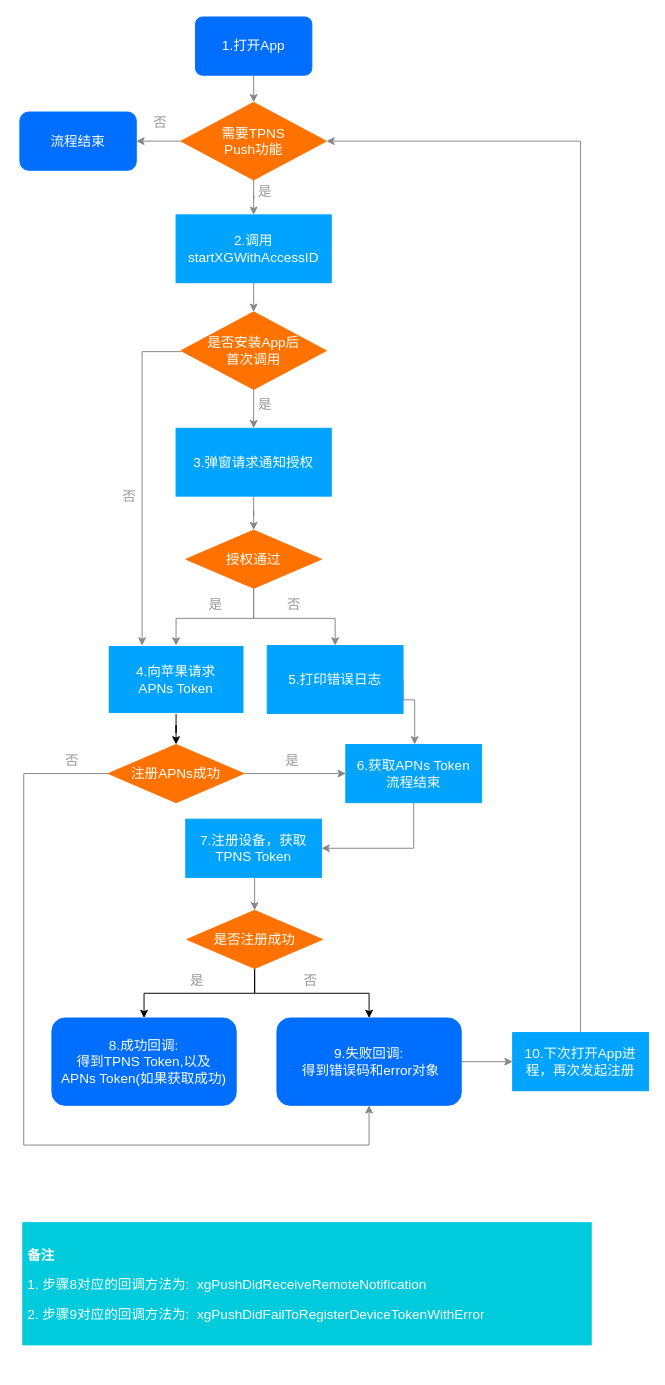
Before: register.drawio in muyanbiao/tpnsFlowChart, a draw.io diagram. Source tidied: cells renumbered, new cells numbered last; positions are measured from the earlier drawing's top-left corner, leaving out a move shared by most shapes. Both pictures are drawn from the tidied source at 97%, with x=0, y=0 at pixel (19, 16).
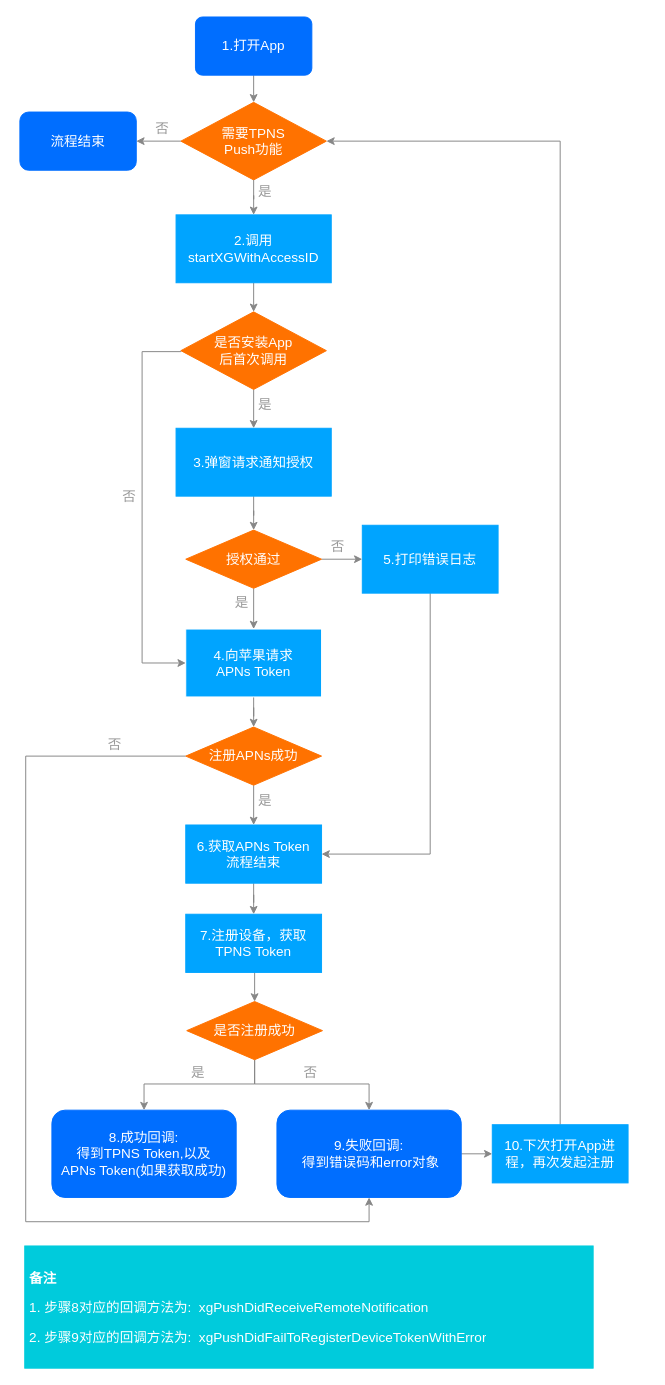
Above is the later version.

Unchanged cells that the change refers to:
```xml
<mxCell id="8" value="需要TPNS&lt;br&gt;Push功能" style="rhombus;whiteSpace=wrap;html=1;fontColor=#FFFFFF;fillColor=#FF7200;strokeColor=#FF7200;fontSize=14;" parent="1" vertex="1">
  <mxGeometry x="166" y="88" width="150" height="80" as="geometry" />
</mxCell>
<mxCell id="18" value="授权通过" style="rhombus;whiteSpace=wrap;html=1;fillColor=#FF7200;strokeColor=#FF7200;fontColor=#FFFFFF;fontSize=14;" parent="1" vertex="1">
  <mxGeometry x="171" y="529" width="140" height="60" as="geometry" />
</mxCell>
```

The edit, as a diff of the source:
```diff
@@
-    <mxCell id="11" style="edgeStyle=orthogonalEdgeStyle;rounded=0;jettySize=auto;html=1;exitX=0;exitY=0.5;exitDx=0;exitDy=0;entryX=0.25;entryY=0;entryDx=0;entryDy=0;strokeColor=#878787;" parent="1" edge="1" source="12" target="20">
+    <mxCell id="11" style="edgeStyle=orthogonalEdgeStyle;rounded=0;jettySize=auto;html=1;exitX=0;exitY=0.5;exitDx=0;exitDy=0;entryX=0;entryY=0.5;entryDx=0;entryDy=0;strokeColor=#878787;" parent="1" edge="1" source="12" target="20">
       <mxGeometry relative="1" as="geometry">
         <Array as="points">
+          <mxPoint x="166" y="345" />
           <mxPoint x="126" y="345" />
+          <mxPoint x="126" y="666" />
         </Array>
       </mxGeometry>
     </mxCell>
-    <mxCell id="12" value="是否安装App后&lt;br&gt;首次调用" style="rhombus;whiteSpace=wrap;html=1;fillColor=#FF7200;strokeColor=#FF7200;fontColor=#FFFFFF;fontSize=14;" parent="1" vertex="1">
+    <mxCell id="12" value="是否安装App&lt;br&gt;后首次调用" style="rhombus;whiteSpace=wrap;html=1;fillColor=#FF7200;strokeColor=#FF7200;fontColor=#FFFFFF;fontSize=14;" parent="1" vertex="1">
       <mxGeometry x="166" y="304" width="150" height="80" as="geometry" />
     </mxCell>
@@
+    <mxCell id="17" style="edgeStyle=orthogonalEdgeStyle;rounded=0;jettySize=auto;html=1;fontSize=14;strokeColor=#878787;" parent="1" edge="1" source="18" target="25">
+      <mxGeometry relative="1" as="geometry" />
+    </mxCell>
-    <mxCell id="16" style="edgeStyle=orthogonalEdgeStyle;rounded=0;jettySize=auto;html=1;exitX=0.5;exitY=1;exitDx=0;exitDy=0;entryX=0.5;entryY=0;entryDx=0;entryDy=0;strokeColor=#878787;" parent="1" edge="1" source="18" target="20">
-      <mxGeometry relative="1" as="geometry">
-        <Array as="points">
-          <mxPoint x="241" y="620" />
-          <mxPoint x="161" y="620" />
-        </Array>
-      </mxGeometry>
+    <mxCell id="16" style="edgeStyle=orthogonalEdgeStyle;rounded=0;jettySize=auto;html=1;entryX=0.5;entryY=0;entryDx=0;entryDy=0;fontSize=14;strokeColor=#878787;" parent="1" edge="1" source="18" target="20">
+      <mxGeometry relative="1" as="geometry" />
     </mxCell>
-    <mxCell id="17" style="edgeStyle=orthogonalEdgeStyle;rounded=0;jettySize=auto;html=1;exitX=0.5;exitY=1;exitDx=0;exitDy=0;entryX=0.5;entryY=0;entryDx=0;entryDy=0;strokeColor=#878787;" parent="1" edge="1" source="18" target="25">
-      <mxGeometry relative="1" as="geometry">
-        <Array as="points">
-          <mxPoint x="241" y="620" />
-          <mxPoint x="325" y="620" />
-        </Array>
-      </mxGeometry>
-    </mxCell>
@@
-    <mxCell id="19" style="edgeStyle=orthogonalEdgeStyle;rounded=0;jettySize=auto;html=1;entryX=0.5;entryY=0;entryDx=0;entryDy=0;fontSize=14;" parent="1" edge="1" source="20" target="42">
+    <mxCell id="19" style="edgeStyle=orthogonalEdgeStyle;rounded=0;jettySize=auto;html=1;entryX=0.5;entryY=0;entryDx=0;entryDy=0;fontSize=14;strokeColor=#878787;" parent="1" edge="1" source="20" target="42">
       <mxGeometry relative="1" as="geometry" />
     </mxCell>
     <mxCell id="20" value="4.向苹果请求&lt;br&gt;APNs Token" style="rounded=0;whiteSpace=wrap;html=1;fillColor=#00A4FF;strokeColor=#FFFFFF;fontColor=#FFFFFF;fontSize=14;" parent="1" vertex="1">
-      <mxGeometry x="91" y="648" width="140" height="70" as="geometry" />
+      <mxGeometry x="171" y="631" width="140" height="70" as="geometry" />
     </mxCell>
@@
     <mxCell id="22" value="7.注册设备，获取&lt;br&gt;TPNS Token" style="rounded=0;whiteSpace=wrap;html=1;fillColor=#00A4FF;strokeColor=#00A4FF;fontColor=#FFFFFF;fontSize=14;" parent="1" vertex="1">
-      <mxGeometry x="171" y="827" width="140" height="60" as="geometry" />
+      <mxGeometry x="171" y="925" width="140" height="60" as="geometry" />
     </mxCell>
     <mxCell id="23" value="是" style="text;html=1;strokeColor=none;fillColor=none;align=center;verticalAlign=middle;whiteSpace=wrap;rounded=0;fontColor=#999999;fontSize=14;" parent="1" vertex="1">
-      <mxGeometry x="190" y="594" width="24" height="24" as="geometry" />
+      <mxGeometry x="217" y="592" width="24" height="24" as="geometry" />
     </mxCell>
-    <mxCell id="24" style="edgeStyle=orthogonalEdgeStyle;rounded=0;jettySize=auto;html=1;exitX=1;exitY=0.5;exitDx=0;exitDy=0;strokeColor=#878787;" parent="1" edge="1" source="25" target="46">
+    <mxCell id="24" style="edgeStyle=orthogonalEdgeStyle;rounded=0;jettySize=auto;html=1;entryX=1;entryY=0.5;entryDx=0;entryDy=0;fontSize=14;strokeColor=#878787;" parent="1" edge="1" source="25" target="46">
       <mxGeometry relative="1" as="geometry">
         <Array as="points">
-          <mxPoint x="407" y="704" />
+          <mxPoint x="423" y="863" />
         </Array>
       </mxGeometry>
     </mxCell>
     <mxCell id="25" value="5.打印错误日志" style="rounded=0;whiteSpace=wrap;html=1;fillColor=#00A4FF;strokeColor=#00A4FF;fontColor=#FFFFFF;fontSize=14;" parent="1" vertex="1">
-      <mxGeometry x="255" y="648" width="140" height="70" as="geometry" />
+      <mxGeometry x="353" y="524" width="140" height="70" as="geometry" />
     </mxCell>
     <mxCell id="26" value="否" style="text;html=1;strokeColor=none;fillColor=none;align=center;verticalAlign=middle;whiteSpace=wrap;rounded=0;fontColor=#999999;fontSize=14;" parent="1" vertex="1">
-      <mxGeometry x="271" y="594" width="24" height="24" as="geometry" />
+      <mxGeometry x="316" y="534" width="24" height="24" as="geometry" />
     </mxCell>
@@
-    <mxCell id="28" style="edgeStyle=orthogonalEdgeStyle;rounded=0;jettySize=auto;html=1;entryX=0.5;entryY=0;entryDx=0;entryDy=0;fontSize=14;" parent="1" edge="1" source="30" target="31">
-      <mxGeometry relative="1" as="geometry" />
+    <mxCell id="28" style="edgeStyle=orthogonalEdgeStyle;rounded=0;jettySize=auto;html=1;entryX=0.5;entryY=0;entryDx=0;entryDy=0;fontSize=14;strokeColor=#878787;" parent="1" edge="1" source="30" target="31">
+      <mxGeometry relative="1" as="geometry">
+        <Array as="points">
+          <mxPoint x="242" y="1100" />
+          <mxPoint x="128" y="1100" />
+        </Array>
+      </mxGeometry>
     </mxCell>
-    <mxCell id="29" style="edgeStyle=orthogonalEdgeStyle;rounded=0;jettySize=auto;html=1;fontSize=14;" parent="1" edge="1" source="30" target="33">
-      <mxGeometry relative="1" as="geometry" />
+    <mxCell id="29" style="edgeStyle=orthogonalEdgeStyle;rounded=0;jettySize=auto;html=1;fontSize=14;strokeColor=#878787;" parent="1" edge="1" source="30" target="33">
+      <mxGeometry relative="1" as="geometry">
+        <Array as="points">
+          <mxPoint x="242" y="1100" />
+          <mxPoint x="360" y="1100" />
+        </Array>
+      </mxGeometry>
     </mxCell>
     <mxCell id="30" value="是否注册成功" style="rhombus;whiteSpace=wrap;html=1;fillColor=#FF7200;strokeColor=#FF7200;fontColor=#FFFFFF;fontSize=14;" parent="1" vertex="1">
-      <mxGeometry x="172" y="921" width="140" height="60" as="geometry" />
+      <mxGeometry x="172" y="1015" width="140" height="60" as="geometry" />
     </mxCell>
     <mxCell id="31" value="&lt;font style=&quot;font-size: 14px&quot;&gt;8.成功回调: &lt;br style=&quot;font-size: 14px&quot;&gt;得到TPNS Token,以及&lt;br&gt;APNs Token(如果获取成功)&lt;/font&gt;" style="rounded=1;whiteSpace=wrap;html=1;fontColor=#FFFFFF;fillColor=#006EFF;strokeColor=#006EFF;fontSize=14;" parent="1" vertex="1">
-      <mxGeometry x="33" y="1032" width="190" height="90" as="geometry" />
+      <mxGeometry x="33" y="1127" width="190" height="90" as="geometry" />
     </mxCell>
@@
     <mxCell id="33" value="&lt;font style=&quot;font-size: 14px;&quot;&gt;9.失败回调:&lt;br style=&quot;font-size: 14px;&quot;&gt;&amp;nbsp;得到错误码和error对象&lt;/font&gt;" style="rounded=1;whiteSpace=wrap;html=1;fontColor=#FFFFFF;fillColor=#006EFF;strokeColor=#006EFF;fontSize=14;horizontal=1;verticalAlign=middle;" parent="1" vertex="1">
-      <mxGeometry x="265" y="1032" width="190" height="90" as="geometry" />
+      <mxGeometry x="265" y="1127" width="190" height="90" as="geometry" />
     </mxCell>
     <mxCell id="34" style="edgeStyle=orthogonalEdgeStyle;rounded=0;jettySize=auto;html=1;exitX=0.5;exitY=0;exitDx=0;exitDy=0;entryX=1;entryY=0.5;entryDx=0;entryDy=0;arcSize=20;strokeColor=#878787;" parent="1" edge="1" source="35" target="8">
-      <mxGeometry relative="1" as="geometry" />
+      <mxGeometry relative="1" as="geometry">
+        <Array as="points">
+          <mxPoint x="557" y="128" />
+        </Array>
+      </mxGeometry>
     </mxCell>
     <mxCell id="35" value="10.下次打开App进&lt;br&gt;程，再次发起注册" style="rounded=0;whiteSpace=wrap;html=1;fontColor=#FFFFFF;fillColor=#00A4FF;strokeColor=#00A4FF;fontSize=14;" parent="1" vertex="1">
-      <mxGeometry x="508" y="1047" width="140" height="60" as="geometry" />
+      <mxGeometry x="487" y="1142" width="140" height="60" as="geometry" />
     </mxCell>
@@
     <mxCell id="37" value="否" style="text;html=1;strokeColor=none;fillColor=none;align=center;verticalAlign=middle;whiteSpace=wrap;rounded=0;fontColor=#999999;fontSize=14;" parent="1" vertex="1">
-      <mxGeometry x="133" y="97" width="24" height="24" as="geometry" />
+      <mxGeometry x="135" y="103" width="24" height="24" as="geometry" />
     </mxCell>
     <mxCell id="38" value="是" style="text;html=1;strokeColor=none;fillColor=none;align=center;verticalAlign=middle;whiteSpace=wrap;rounded=0;fontColor=#999999;fontSize=14;" parent="1" vertex="1">
-      <mxGeometry x="171" y="981" width="24" height="24" as="geometry" />
+      <mxGeometry x="172" y="1076" width="24" height="24" as="geometry" />
     </mxCell>
     <mxCell id="39" value="否" style="text;html=1;strokeColor=none;fillColor=none;align=center;verticalAlign=middle;whiteSpace=wrap;rounded=0;fontColor=#999999;fontSize=14;" parent="1" vertex="1">
-      <mxGeometry x="288" y="981" width="24" height="24" as="geometry" />
+      <mxGeometry x="288" y="1076" width="24" height="24" as="geometry" />
     </mxCell>
-    <mxCell id="40" style="edgeStyle=orthogonalEdgeStyle;rounded=0;jettySize=auto;html=1;entryX=0.5;entryY=1;entryDx=0;entryDy=0;strokeColor=#878787;exitX=0;exitY=0.5;exitDx=0;exitDy=0;" parent="1" edge="1" source="42" target="33">
+    <mxCell id="40" style="edgeStyle=orthogonalEdgeStyle;rounded=0;jettySize=auto;html=1;strokeColor=#878787;exitX=0;exitY=0.5;exitDx=0;exitDy=0;entryX=0.5;entryY=1;entryDx=0;entryDy=0;" parent="1" edge="1" source="42" target="33">
       <mxGeometry relative="1" as="geometry">
         <Array as="points">
-          <mxPoint x="4" y="780" />
-          <mxPoint x="4" y="1163" />
-          <mxPoint x="360" y="1163" />
+          <mxPoint x="6" y="762" />
+          <mxPoint x="6" y="1242" />
+          <mxPoint x="360" y="1242" />
         </Array>
       </mxGeometry>
     </mxCell>
-    <mxCell id="41" style="edgeStyle=orthogonalEdgeStyle;rounded=0;jettySize=auto;html=1;exitX=1;exitY=0.5;exitDx=0;exitDy=0;entryX=0;entryY=0.5;entryDx=0;entryDy=0;strokeColor=#878787;" parent="1" edge="1" source="42" target="46">
+    <mxCell id="41" style="edgeStyle=orthogonalEdgeStyle;rounded=0;jettySize=auto;html=1;entryX=0.5;entryY=0;entryDx=0;entryDy=0;fontSize=14;strokeColor=#878787;" parent="1" edge="1" source="42" target="46">
       <mxGeometry relative="1" as="geometry" />
     </mxCell>
     <mxCell id="42" value="注册APNs成功" style="rhombus;whiteSpace=wrap;html=1;fillColor=#FF7200;strokeColor=#FF7200;fontColor=#FFFFFF;fontSize=14;" parent="1" vertex="1">
-      <mxGeometry x="91" y="750" width="140" height="60" as="geometry" />
+      <mxGeometry x="171" y="732" width="140" height="60" as="geometry" />
     </mxCell>
     <mxCell id="43" value="否" style="text;html=1;strokeColor=none;fillColor=none;align=center;verticalAlign=middle;whiteSpace=wrap;rounded=0;fontColor=#999999;fontSize=14;" parent="1" vertex="1">
-      <mxGeometry x="42" y="755" width="24" height="24" as="geometry" />
+      <mxGeometry x="86" y="738" width="24" height="24" as="geometry" />
     </mxCell>
     <mxCell id="44" value="是" style="text;html=1;strokeColor=none;fillColor=none;align=center;verticalAlign=middle;whiteSpace=wrap;rounded=0;fontColor=#999999;fontSize=14;" parent="1" vertex="1">
-      <mxGeometry x="269" y="755" width="24" height="24" as="geometry" />
+      <mxGeometry x="241" y="796" width="24" height="24" as="geometry" />
     </mxCell>
-    <mxCell id="45" style="edgeStyle=orthogonalEdgeStyle;rounded=0;jettySize=auto;html=1;exitX=0.5;exitY=1;exitDx=0;exitDy=0;entryX=1;entryY=0.5;entryDx=0;entryDy=0;strokeColor=#878787;" parent="1" edge="1" source="46" target="22">
+    <mxCell id="45" style="edgeStyle=orthogonalEdgeStyle;rounded=0;jettySize=auto;html=1;entryX=0.5;entryY=0;entryDx=0;entryDy=0;fontSize=14;strokeColor=#878787;" parent="1" edge="1" source="46" target="22">
       <mxGeometry relative="1" as="geometry" />
     </mxCell>
     <mxCell id="46" value="6.获取APNs Token&lt;br&gt;流程结束" style="rounded=0;whiteSpace=wrap;html=1;fillColor=#00A4FF;strokeColor=#00A4FF;fontColor=#FFFFFF;fontSize=14;" parent="1" vertex="1">
-      <mxGeometry x="336" y="750" width="140" height="60" as="geometry" />
+      <mxGeometry x="171" y="833" width="140" height="60" as="geometry" />
     </mxCell>
     <mxCell id="47" value="&lt;h1 style=&quot;font-size: 14px&quot;&gt;&lt;br&gt;&lt;/h1&gt;&lt;h1 style=&quot;font-size: 14px&quot;&gt;备注&lt;/h1&gt;&lt;p style=&quot;font-size: 14px&quot;&gt;1. 步骤8对应的回调方法为:&amp;nbsp;&amp;nbsp;xgPushDidReceiveRemoteNotification&lt;/p&gt;&lt;p style=&quot;font-size: 14px&quot;&gt;2. 步骤9对应的回调方法为:&amp;nbsp; xgPushDidFailToRegisterDeviceTokenWithError&lt;/p&gt;" style="text;html=1;spacing=5;spacingTop=-20;whiteSpace=wrap;overflow=hidden;rounded=0;fillColor=#00CBDC;strokeColor=#00CBDC;fontColor=#FFFFFF;fontSize=14;" parent="1" vertex="1">
-      <mxGeometry x="3" y="1243" width="586" height="126" as="geometry" />
+      <mxGeometry x="5" y="1267" width="586" height="126" as="geometry" />
     </mxCell>
```
